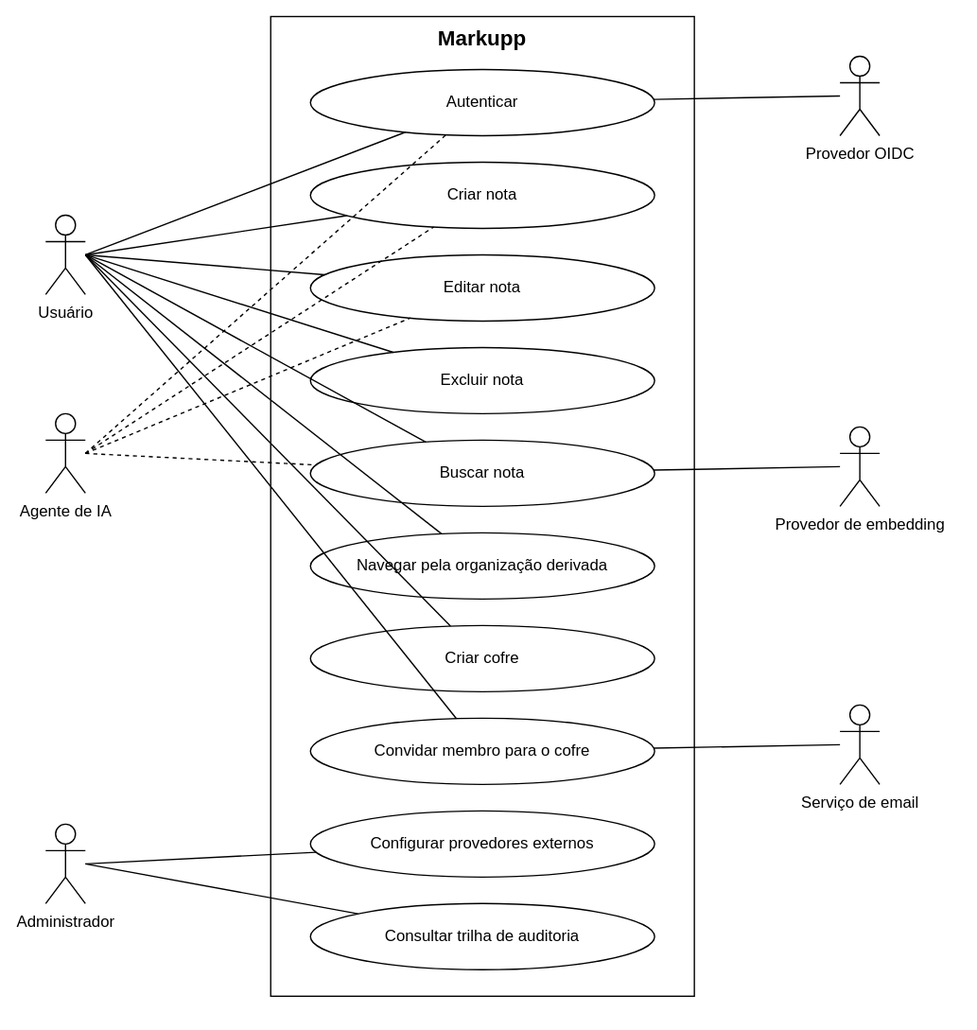
Before: docs/casos-de-uso.drawio.svg, a diagram exported from draw.io (markupp-labs/markupp). Source tidied: cells renumbered, new cells last; positions are measured from the earlier drawing's top-left corner, leaving out a move shared by most shapes.
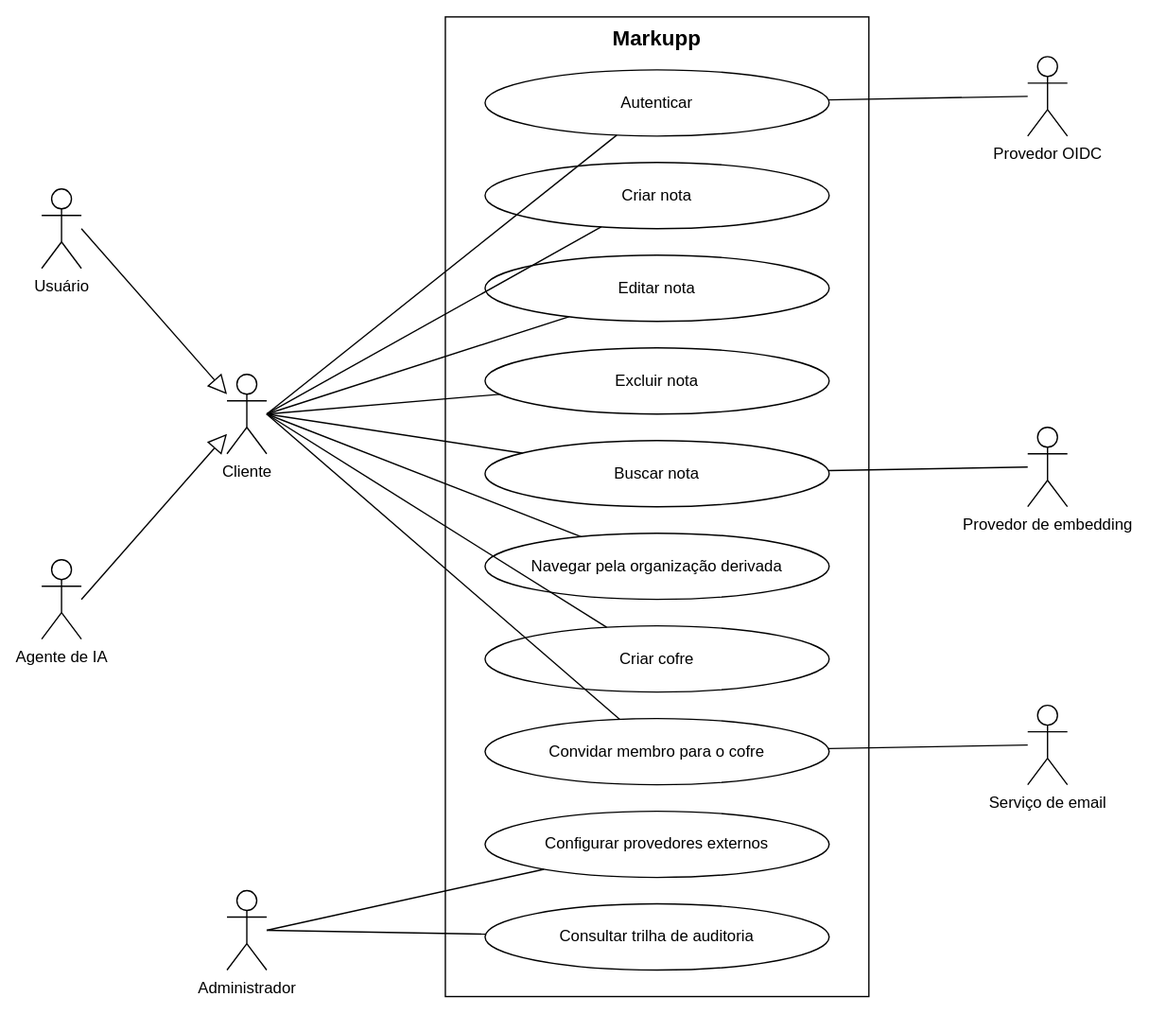
Above is the later version.

Commit message:
docs: trata o agente de ia como cliente de primeira classe

Diff of the diagram source:
```diff
@@ -5,23 +5,26 @@
     <mxCell id="2" value="Markupp" style="rounded=0;whiteSpace=wrap;html=1;verticalAlign=top;fillColor=none;fontSize=16;fontStyle=1;" parent="1" vertex="1">
       <mxGeometry x="170" width="320" height="740" as="geometry" />
     </mxCell>
+    <mxCell id="36" value="Cliente" style="shape=umlActor;verticalLabelPosition=bottom;verticalAlign=top;html=1;outlineConnect=0;" parent="1" vertex="1">
+      <mxGeometry x="5" y="270" width="30" height="60" as="geometry" />
+    </mxCell>
     <mxCell id="3" value="Usuário" style="shape=umlActor;verticalLabelPosition=bottom;verticalAlign=top;html=1;outlineConnect=0;" parent="1" vertex="1">
-      <mxGeometry y="150" width="30" height="60" as="geometry" />
+      <mxGeometry x="-135" y="130" width="30" height="60" as="geometry" />
     </mxCell>
     <mxCell id="4" value="Agente de IA" style="shape=umlActor;verticalLabelPosition=bottom;verticalAlign=top;html=1;outlineConnect=0;" parent="1" vertex="1">
-      <mxGeometry y="300" width="30" height="60" as="geometry" />
+      <mxGeometry x="-135" y="410" width="30" height="60" as="geometry" />
     </mxCell>
     <mxCell id="5" value="Administrador" style="shape=umlActor;verticalLabelPosition=bottom;verticalAlign=top;html=1;outlineConnect=0;" parent="1" vertex="1">
-      <mxGeometry y="610" width="30" height="60" as="geometry" />
+      <mxGeometry x="5" y="660" width="30" height="60" as="geometry" />
     </mxCell>
     <mxCell id="6" value="Provedor OIDC" style="shape=umlActor;verticalLabelPosition=bottom;verticalAlign=top;html=1;outlineConnect=0;" parent="1" vertex="1">
-      <mxGeometry x="600" y="30" width="30" height="60" as="geometry" />
+      <mxGeometry x="610" y="30" width="30" height="60" as="geometry" />
     </mxCell>
     <mxCell id="7" value="Provedor de embedding" style="shape=umlActor;verticalLabelPosition=bottom;verticalAlign=top;html=1;outlineConnect=0;" parent="1" vertex="1">
-      <mxGeometry x="600" y="310" width="30" height="60" as="geometry" />
+      <mxGeometry x="610" y="310" width="30" height="60" as="geometry" />
     </mxCell>
     <mxCell id="8" value="Serviço de email" style="shape=umlActor;verticalLabelPosition=bottom;verticalAlign=top;html=1;outlineConnect=0;" parent="1" vertex="1">
-      <mxGeometry x="600" y="520" width="30" height="60" as="geometry" />
+      <mxGeometry x="610" y="520" width="30" height="60" as="geometry" />
     </mxCell>
     <mxCell id="9" value="Autenticar" style="ellipse;whiteSpace=wrap;html=1;" parent="1" vertex="1">
       <mxGeometry x="200" y="40" width="260" height="50" as="geometry" />
@@ -53,56 +56,50 @@
     <mxCell id="18" value="Consultar trilha de auditoria" style="ellipse;whiteSpace=wrap;html=1;" parent="1" vertex="1">
       <mxGeometry x="200" y="670" width="260" height="50" as="geometry" />
     </mxCell>
+    <mxCell id="37" style="endArrow=block;endFill=0;endSize=12;html=1;exitX=1;exitY=0.5;exitDx=0;exitDy=0;entryX=0;entryY=0.25;entryDx=0;entryDy=0;" parent="1" edge="1" source="3" target="36">
+      <mxGeometry relative="1" as="geometry" />
+    </mxCell>
+    <mxCell id="38" style="endArrow=block;endFill=0;endSize=12;html=1;exitX=1;exitY=0.5;exitDx=0;exitDy=0;entryX=0;entryY=0.75;entryDx=0;entryDy=0;" parent="1" edge="1" source="4" target="36">
+      <mxGeometry relative="1" as="geometry" />
+    </mxCell>
-    <mxCell id="19" style="endArrow=none;html=1;exitX=1;exitY=0.5;exitDx=0;exitDy=0;" parent="1" edge="1" source="3" target="9">
+    <mxCell id="19" style="endArrow=none;html=1;exitX=1;exitY=0.5;exitDx=0;exitDy=0;" parent="1" edge="1" source="36" target="9">
       <mxGeometry relative="1" as="geometry" />
     </mxCell>
-    <mxCell id="20" style="endArrow=none;html=1;exitX=1;exitY=0.5;exitDx=0;exitDy=0;" parent="1" edge="1" source="3" target="10">
+    <mxCell id="20" style="endArrow=none;html=1;exitX=1;exitY=0.5;exitDx=0;exitDy=0;" parent="1" edge="1" source="36" target="10">
       <mxGeometry relative="1" as="geometry" />
     </mxCell>
-    <mxCell id="21" style="endArrow=none;html=1;exitX=1;exitY=0.5;exitDx=0;exitDy=0;" parent="1" edge="1" source="3" target="11">
+    <mxCell id="21" style="endArrow=none;html=1;exitX=1;exitY=0.5;exitDx=0;exitDy=0;" parent="1" edge="1" source="36" target="11">
       <mxGeometry relative="1" as="geometry" />
     </mxCell>
-    <mxCell id="22" style="endArrow=none;html=1;exitX=1;exitY=0.5;exitDx=0;exitDy=0;" parent="1" edge="1" source="3" target="12">
+    <mxCell id="22" style="endArrow=none;html=1;exitX=1;exitY=0.5;exitDx=0;exitDy=0;" parent="1" edge="1" source="36" target="12">
       <mxGeometry relative="1" as="geometry" />
     </mxCell>
-    <mxCell id="23" style="endArrow=none;html=1;exitX=1;exitY=0.5;exitDx=0;exitDy=0;" parent="1" edge="1" source="3" target="13">
+    <mxCell id="23" style="endArrow=none;html=1;exitX=1;exitY=0.5;exitDx=0;exitDy=0;" parent="1" edge="1" source="36" target="13">
       <mxGeometry relative="1" as="geometry" />
     </mxCell>
-    <mxCell id="24" style="endArrow=none;html=1;exitX=1;exitY=0.5;exitDx=0;exitDy=0;" parent="1" edge="1" source="3" target="14">
+    <mxCell id="24" style="endArrow=none;html=1;exitX=1;exitY=0.5;exitDx=0;exitDy=0;" parent="1" edge="1" source="36" target="14">
       <mxGeometry relative="1" as="geometry" />
     </mxCell>
-    <mxCell id="25" style="endArrow=none;html=1;exitX=1;exitY=0.5;exitDx=0;exitDy=0;" parent="1" edge="1" source="3" target="15">
+    <mxCell id="25" style="endArrow=none;html=1;exitX=1;exitY=0.5;exitDx=0;exitDy=0;" parent="1" edge="1" source="36" target="15">
       <mxGeometry relative="1" as="geometry" />
     </mxCell>
-    <mxCell id="26" style="endArrow=none;html=1;exitX=1;exitY=0.5;exitDx=0;exitDy=0;" parent="1" edge="1" source="3" target="16">
+    <mxCell id="26" style="endArrow=none;html=1;exitX=1;exitY=0.5;exitDx=0;exitDy=0;" parent="1" edge="1" source="36" target="16">
       <mxGeometry relative="1" as="geometry" />
     </mxCell>
-    <mxCell id="27" style="endArrow=none;html=1;dashed=1;exitX=1;exitY=0.5;exitDx=0;exitDy=0;" parent="1" edge="1" source="4" target="9">
+    <mxCell id="27" style="endArrow=none;html=1;exitX=1;exitY=0.5;exitDx=0;exitDy=0;" parent="1" edge="1" source="5" target="17">
       <mxGeometry relative="1" as="geometry" />
     </mxCell>
-    <mxCell id="28" style="endArrow=none;html=1;dashed=1;exitX=1;exitY=0.5;exitDx=0;exitDy=0;" parent="1" edge="1" source="4" target="10">
+    <mxCell id="28" style="endArrow=none;html=1;exitX=1;exitY=0.5;exitDx=0;exitDy=0;" parent="1" edge="1" source="5" target="18">
       <mxGeometry relative="1" as="geometry" />
     </mxCell>
-    <mxCell id="29" style="endArrow=none;html=1;dashed=1;exitX=1;exitY=0.5;exitDx=0;exitDy=0;" parent="1" edge="1" source="4" target="11">
+    <mxCell id="29" style="endArrow=none;html=1;entryX=0;entryY=0.5;entryDx=0;entryDy=0;" parent="1" edge="1" source="9" target="6">
       <mxGeometry relative="1" as="geometry" />
     </mxCell>
-    <mxCell id="30" style="endArrow=none;html=1;dashed=1;exitX=1;exitY=0.5;exitDx=0;exitDy=0;" parent="1" edge="1" source="4" target="13">
+    <mxCell id="30" style="endArrow=none;html=1;entryX=0;entryY=0.5;entryDx=0;entryDy=0;" parent="1" edge="1" source="13" target="7">
       <mxGeometry relative="1" as="geometry" />
     </mxCell>
-    <mxCell id="31" style="endArrow=none;html=1;exitX=1;exitY=0.5;exitDx=0;exitDy=0;" parent="1" edge="1" source="5" target="17">
+    <mxCell id="31" style="endArrow=none;html=1;entryX=0;entryY=0.5;entryDx=0;entryDy=0;" parent="1" edge="1" source="16" target="8">
       <mxGeometry relative="1" as="geometry" />
     </mxCell>
-    <mxCell id="32" style="endArrow=none;html=1;exitX=1;exitY=0.5;exitDx=0;exitDy=0;" parent="1" edge="1" source="5" target="18">
-      <mxGeometry relative="1" as="geometry" />
-    </mxCell>
-    <mxCell id="33" style="endArrow=none;html=1;entryX=0;entryY=0.5;entryDx=0;entryDy=0;" parent="1" edge="1" source="9" target="6">
-      <mxGeometry relative="1" as="geometry" />
-    </mxCell>
-    <mxCell id="34" style="endArrow=none;html=1;entryX=0;entryY=0.5;entryDx=0;entryDy=0;" parent="1" edge="1" source="13" target="7">
-      <mxGeometry relative="1" as="geometry" />
-    </mxCell>
-    <mxCell id="35" style="endArrow=none;html=1;entryX=0;entryY=0.5;entryDx=0;entryDy=0;" parent="1" edge="1" source="16" target="8">
-      <mxGeometry relative="1" as="geometry" />
-    </mxCell>
   </root>
 </mxGraphModel>
```
